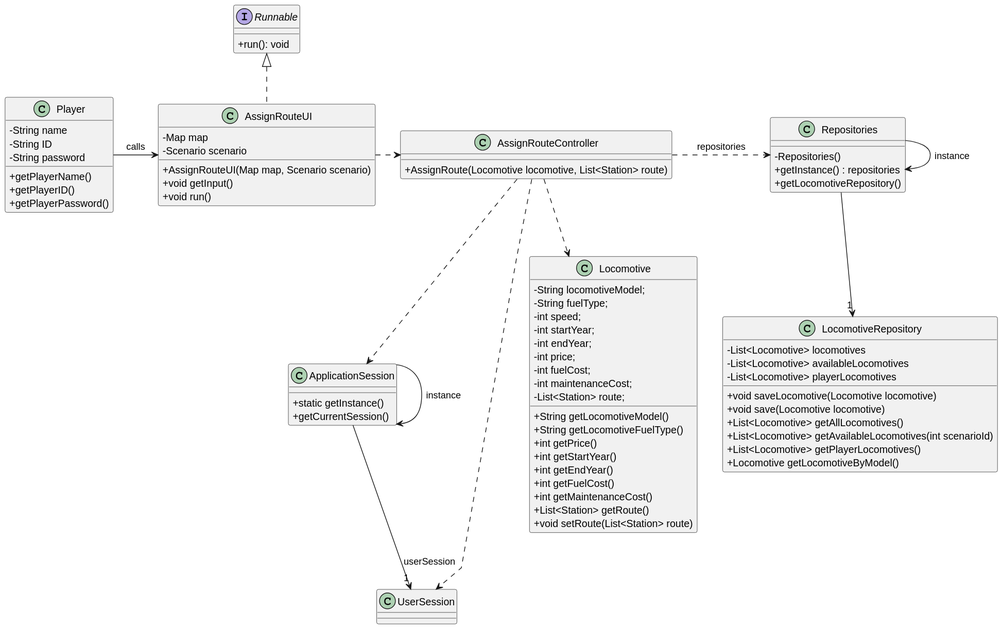
The PlantUML diagram docs/sprint3/us010/03.design/svg/us010-class-diagram.svg in ivasduarte/all-aboard, before a commit.
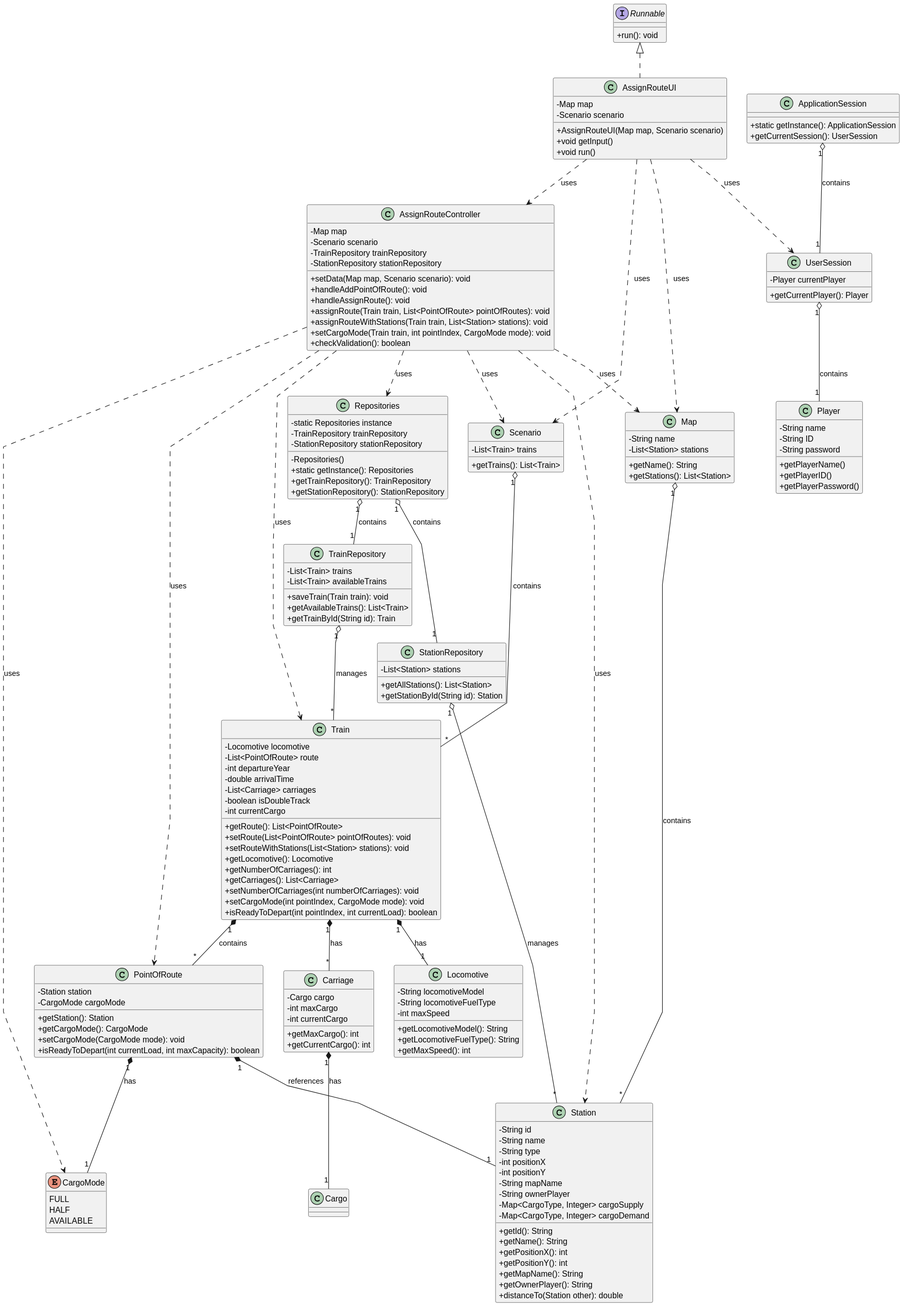
After the change.

Change to the diagram source:
```diff
@@ -1,5 +1,5 @@
 @startuml
-skinparam packageeStyle rectangle
+skinparam packageStyle rectangle
 skinparam shadowing false
 skinparam linetype polyline
 
@@ -19,36 +19,80 @@
 }
 
 class UserSession {
+    - Player currentPlayer
+    + getCurrentPlayer(): Player
 }
 
-class Locomotive{
-    - String locomotiveModel;
-    - String fuelType;
-    - int speed;
-    - int startYear;
-    - int endYear;
-    - int price;
-    - int fuelCost;
-    - int maintenanceCost;
-    - List<Station> route;
+class Train {
+    - Locomotive locomotive
+    - List<PointOfRoute> route
+    - int departureYear
+    - double arrivalTime
+    - List<Carriage> carriages
+    - boolean isDoubleTrack
+    - int currentCargo
 
-    + String getLocomotiveModel()
-    + String getLocomotiveFuelType()
-    + int getPrice()
-    + int getStartYear()
-    + int getEndYear()
-    + int getFuelCost()
-    + int getMaintenanceCost()
-    + List<Station> getRoute()
-    + void setRoute(List<Station> route)
+    + getRoute(): List<PointOfRoute>
+    + setRoute(List<PointOfRoute> pointOfRoutes): void
+    + setRouteWithStations(List<Station> stations): void
+    + getLocomotive(): Locomotive
+    + getNumberOfCarriages(): int
+    + getCarriages(): List<Carriage>
+    + setNumberOfCarriages(int numberOfCarriages): void
+    + setCargoMode(int pointIndex, CargoMode mode): void
+    + isReadyToDepart(int pointIndex, int currentLoad): boolean
 }
 
+class Station {
+    - String id
+    - String name
+    - String type
+    - int positionX
+    - int positionY
+    - String mapName
+    - String ownerPlayer
+    - Map<CargoType, Integer> cargoSupply
+    - Map<CargoType, Integer> cargoDemand
 
-class ApplicationSession {
-    + static getInstance()
-    + getCurrentSession()
+    + getId(): String
+    + getName(): String
+    + getPositionX(): int
+    + getPositionY(): int
+    + getMapName(): String
+    + getOwnerPlayer(): String
+    + distanceTo(Station other): double
 }
 
+class PointOfRoute {
+    - Station station
+    - CargoMode cargoMode
+
+    + getStation(): Station
+    + getCargoMode(): CargoMode
+    + setCargoMode(CargoMode mode): void
+    + isReadyToDepart(int currentLoad, int maxCapacity): boolean
+}
+
+enum CargoMode {
+    FULL
+    HALF
+    AVAILABLE
+}
+
+class AssignRouteController {
+    - Map map
+    - Scenario scenario
+    - TrainRepository trainRepository
+    - StationRepository stationRepository
+
+    + setData(Map map, Scenario scenario): void
+    + handleAddPointOfRoute(): void
+    + handleAssignRoute(): void
+    + assignRoute(Train train, List<PointOfRoute> pointOfRoutes): void
+    + assignRouteWithStations(Train train, List<Station> stations): void
+    + setCargoMode(Train train, int pointIndex, CargoMode mode): void
+    + checkValidation(): boolean
+}
 
 class AssignRouteUI implements Runnable {
     - Map map
@@ -59,42 +103,93 @@
     + void run()
 }
 
-class AssignRouteController {
-    + AssignRoute(Locomotive locomotive, List<Station> route)
+class ApplicationSession {
+    + static getInstance(): ApplicationSession
+    + getCurrentSession(): UserSession
 }
 
 class Repositories {
+    - static Repositories instance
+    - TrainRepository trainRepository
+    - StationRepository stationRepository
+
     - Repositories()
-    + getInstance() : repositories
-    + getLocomotiveRepository()
+    + static getInstance(): Repositories
+    + getTrainRepository(): TrainRepository
+    + getStationRepository(): StationRepository
 }
 
-class LocomotiveRepository {
-    - List<Locomotive> locomotives
-    - List<Locomotive> availableLocomotives
-    - List<Locomotive> playerLocomotives
+class TrainRepository {
+    - List<Train> trains
+    - List<Train> availableTrains
 
-    + void saveLocomotive(Locomotive locomotive)
-    + void save(Locomotive locomotive)
-    + List<Locomotive> getAllLocomotives()
-    + List<Locomotive> getAvailableLocomotives(int scenarioId)
-    + List<Locomotive> getPlayerLocomotives()
-    + Locomotive getLocomotiveByModel()
+    + saveTrain(Train train): void
+    + getAvailableTrains(): List<Train>
+    + getTrainById(String id): Train
 }
 
-Player -> AssignRouteUI : calls
-Repositories -> Repositories : instance
-ApplicationSession -> ApplicationSession : instance
+class StationRepository {
+    - List<Station> stations
 
-AssignRouteUI .> AssignRouteController
+    + getAllStations(): List<Station>
+    + getStationById(String id): Station
+}
 
-AssignRouteController .> Repositories : repositories
+class Map {
+    - String name
+    - List<Station> stations
+    + getName(): String
+    + getStations(): List<Station>
+}
 
-Repositories --> "1" LocomotiveRepository
-AssignRouteController ..> Locomotive
+class Scenario {
+    - List<Train> trains
+    + getTrains(): List<Train>
+}
 
-ApplicationSession --> "1" UserSession : userSession
+class Locomotive {
+    - String locomotiveModel
+    - String locomotiveFuelType
+    - int maxSpeed
+    + getLocomotiveModel(): String
+    + getLocomotiveFuelType(): String
+    + getMaxSpeed(): int
+}
 
-AssignRouteController ..> ApplicationSession
-AssignRouteController ..> UserSession
+class Carriage {
+    - Cargo cargo
+    - int maxCargo
+    - int currentCargo
+    + getMaxCargo(): int
+    + getCurrentCargo(): int
+}
+
+Train "1" *-- "1" Locomotive : has
+Train "1" *-- "*" PointOfRoute : contains
+Train "1" *-- "*" Carriage : has
+PointOfRoute "1" *-- "1" Station : references
+PointOfRoute "1" *-- "1" CargoMode : has
+Carriage "1" *-- "1" Cargo : has
+
+Repositories "1" o-- "1" TrainRepository : contains
+Repositories "1" o-- "1" StationRepository : contains
+ApplicationSession "1" o-- "1" UserSession : contains
+UserSession "1" o-- "1" Player : contains
+Map "1" o-- "*" Station : contains
+Scenario "1" o-- "*" Train : contains
+
+AssignRouteUI ..> AssignRouteController : uses
+AssignRouteController ..> Repositories : uses
+AssignRouteController ..> Train : uses
+AssignRouteController ..> Station : uses
+AssignRouteController ..> PointOfRoute : uses
+AssignRouteController ..> CargoMode : uses
+AssignRouteController ..> Map : uses
+AssignRouteController ..> Scenario : uses
+AssignRouteUI ..> Map : uses
+AssignRouteUI ..> Scenario : uses
+AssignRouteUI ..> UserSession : uses
+
+TrainRepository "1" o-- "*" Train : manages
+StationRepository "1" o-- "*" Station : manages
 @enduml
```
